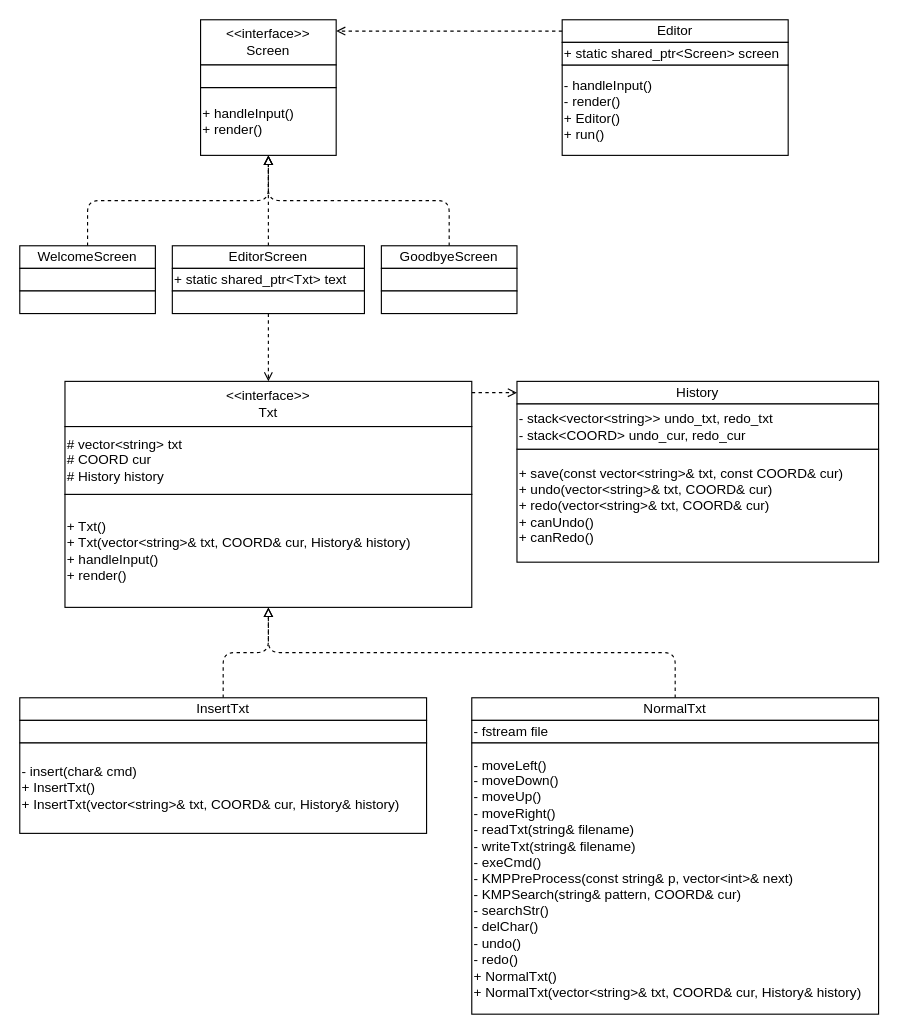
This is assets/UML.drawio from lyj-fdu/FDVIM, a draw.io file, before an edit. Source tidied: cells renumbered, new cells numbered last; positions are measured from the earlier drawing's top-left corner, leaving out a move shared by most shapes. Both pictures are drawn from the tidied source at 113%, with x=0, y=0 at pixel (19, 19).
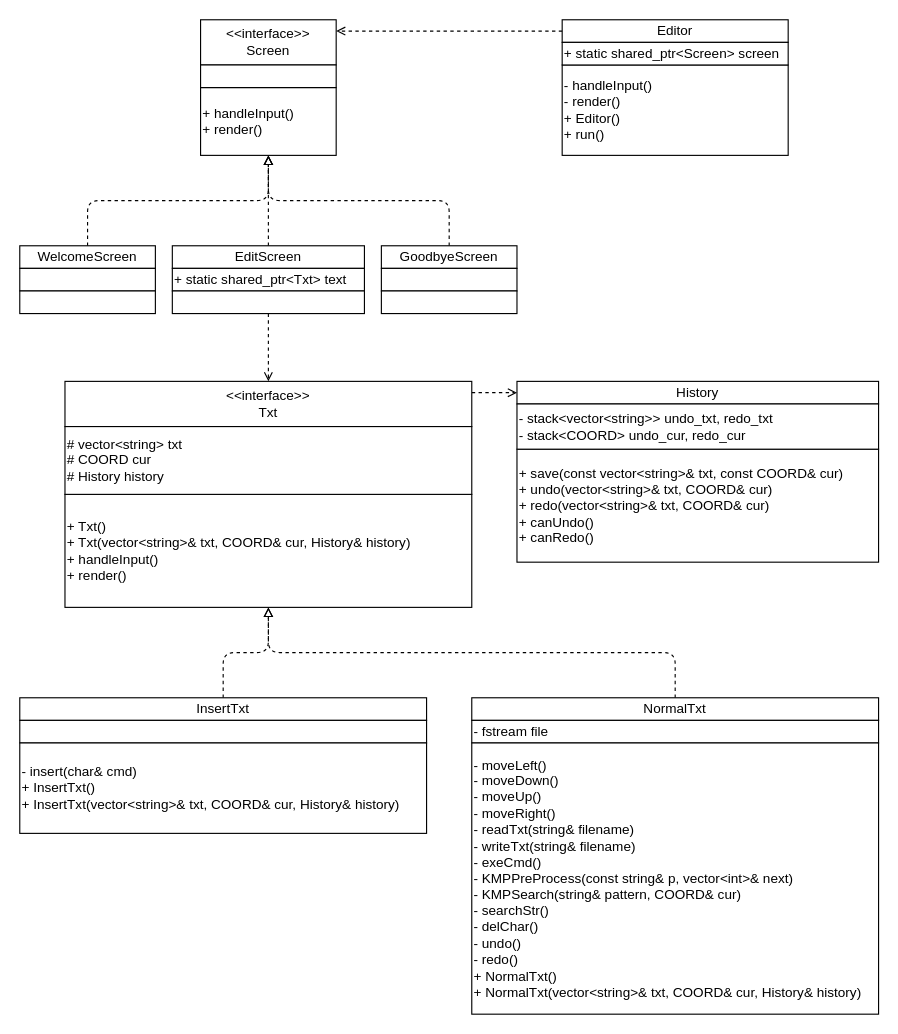
Above is the later version.

Change to the diagram source:
```diff
@@
-    <mxCell id="7" value="EditorScreen" style="rounded=0;whiteSpace=wrap;html=1;" parent="1" vertex="1">
+    <mxCell id="7" value="EditScreen" style="rounded=0;whiteSpace=wrap;html=1;" parent="1" vertex="1">
       <mxGeometry x="135" y="200" width="170" height="20" as="geometry" />
     </mxCell>
```
